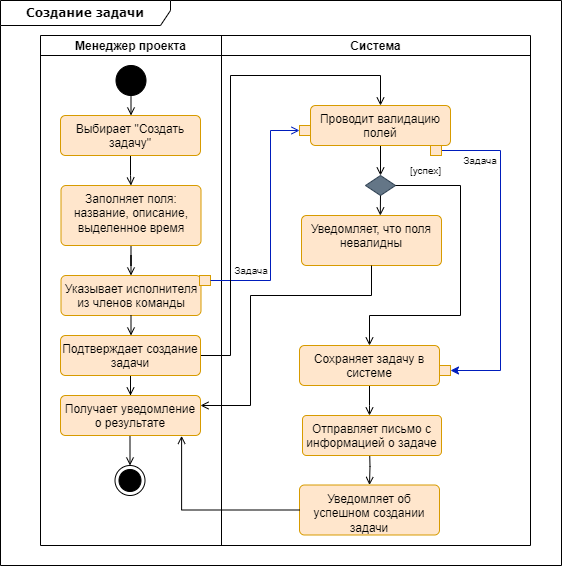
Above: docs/activity_diagrams/create_task.png in aVorotnikov/thunder_board (draw.io), before the change. Source tidied: cells renumbered, new cells last; positions are measured from the earlier drawing's top-left corner, leaving out a move shared by most shapes.
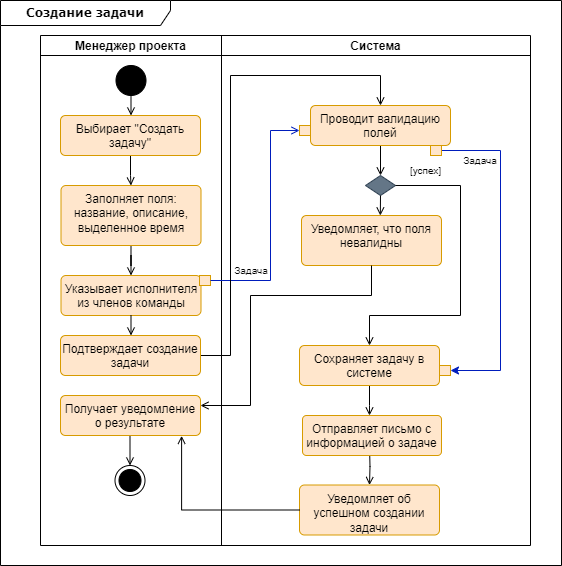
Above is the later version.

What changed in the source:
```diff
@@ -128,9 +128,6 @@
         </Array>
       </mxGeometry>
     </mxCell>
-    <mxCell id="35" style="edgeStyle=orthogonalEdgeStyle;rounded=0;jettySize=auto;html=1;entryX=0.5;entryY=0;entryDx=0;entryDy=0;endArrow=open;endFill=0;" parent="1" edge="1" source="36" target="38">
-      <mxGeometry relative="1" as="geometry" />
-    </mxCell>
     <mxCell id="36" value="Подтверждает создание задачи" style="html=1;align=center;verticalAlign=top;rounded=1;absoluteArcSize=1;arcSize=10;dashed=0;whiteSpace=wrap;fillColor=#ffe6cc;strokeColor=#d79b00;" parent="1" vertex="1">
       <mxGeometry x="60" y="335" width="140" height="40" as="geometry" />
     </mxCell>
```
